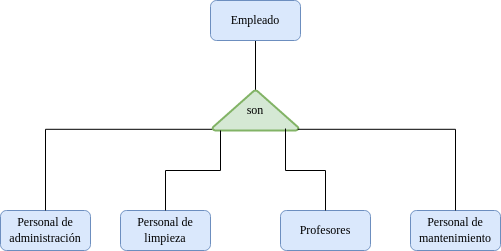
Above: Unidad-1/Tareas./Tarea-8 (diagramas)/Sistema Empresa Tecnológica.drawio.png in mdiogc/base-datos (draw.io), before the change. Source tidied: cells renumbered, new cells last; positions are measured from the earlier drawing's top-left corner, leaving out a move shared by most shapes.
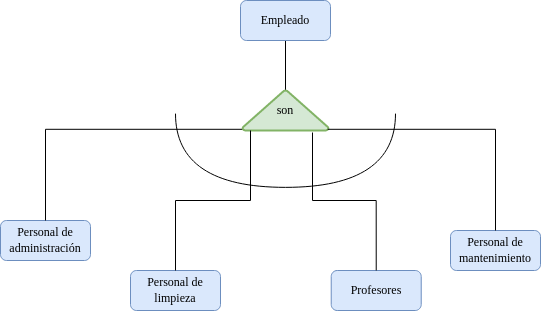
Later version of the same file.

Diff of the diagram source:
```diff
@@ -9,16 +9,16 @@
       <mxGeometry x="210" width="90" height="40" as="geometry" />
     </mxCell>
     <mxCell id="4" value="&lt;font face=&quot;Times New Roman&quot;&gt;Profesores&lt;/font&gt;" style="rounded=1;whiteSpace=wrap;html=1;fillColor=#dae8fc;strokeColor=#6c8ebf;" parent="1" vertex="1">
-      <mxGeometry x="280" y="210" width="90" height="40" as="geometry" />
+      <mxGeometry x="300.7" y="270" width="90" height="40" as="geometry" />
     </mxCell>
     <mxCell id="5" value="&lt;font face=&quot;Times New Roman&quot;&gt;Personal de administración&lt;br&gt;&lt;/font&gt;" style="rounded=1;whiteSpace=wrap;html=1;fillColor=#dae8fc;strokeColor=#6c8ebf;" parent="1" vertex="1">
-      <mxGeometry y="210" width="90" height="40" as="geometry" />
+      <mxGeometry x="-30" y="220" width="90" height="40" as="geometry" />
     </mxCell>
     <mxCell id="6" value="&lt;font face=&quot;Times New Roman&quot;&gt;Personal de limpieza&lt;br&gt;&lt;/font&gt;" style="rounded=1;whiteSpace=wrap;html=1;fillColor=#dae8fc;strokeColor=#6c8ebf;" parent="1" vertex="1">
-      <mxGeometry x="120" y="210" width="90" height="40" as="geometry" />
+      <mxGeometry x="100" y="270" width="90" height="40" as="geometry" />
     </mxCell>
     <mxCell id="7" value="&lt;font face=&quot;Times New Roman&quot;&gt;Personal de mantenimiento&lt;br&gt;&lt;/font&gt;" style="rounded=1;whiteSpace=wrap;html=1;fillColor=#dae8fc;strokeColor=#6c8ebf;" parent="1" vertex="1">
-      <mxGeometry x="410" y="210" width="90" height="40" as="geometry" />
+      <mxGeometry x="420" y="230" width="90" height="40" as="geometry" />
     </mxCell>
     <mxCell id="8" style="edgeStyle=orthogonalEdgeStyle;rounded=0;jettySize=auto;html=1;exitX=0.01;exitY=0.97;exitDx=0;exitDy=0;exitPerimeter=0;entryX=0.5;entryY=0;entryDx=0;entryDy=0;endArrow=none;endFill=0;" parent="1" edge="1" source="9" target="5">
       <mxGeometry relative="1" as="geometry" />
@@ -29,11 +29,14 @@
     <mxCell id="10" style="edgeStyle=orthogonalEdgeStyle;rounded=0;jettySize=auto;html=1;exitX=0.5;exitY=0;exitDx=0;exitDy=0;entryX=0.093;entryY=1;entryDx=0;entryDy=0;entryPerimeter=0;endArrow=none;endFill=0;" parent="1" edge="1" source="6" target="9">
       <mxGeometry relative="1" as="geometry" />
     </mxCell>
+    <mxCell id="12" style="edgeStyle=orthogonalEdgeStyle;rounded=0;jettySize=auto;html=1;exitX=0.5;exitY=0;exitDx=0;exitDy=0;entryX=0.99;entryY=0.97;entryDx=0;entryDy=0;entryPerimeter=0;endArrow=none;endFill=0;" parent="1" edge="1" source="7" target="9">
+      <mxGeometry relative="1" as="geometry" />
+    </mxCell>
+    <mxCell id="13" style="shape=requiredInterface;html=1;verticalLabelPosition=bottom;sketch=0;rotation=90;" parent="1" vertex="1">
+      <mxGeometry x="218.1" y="40" width="73.7" height="220" as="geometry" />
+    </mxCell>
-    <mxCell id="11" style="edgeStyle=orthogonalEdgeStyle;rounded=0;jettySize=auto;html=1;exitX=0.5;exitY=0;exitDx=0;exitDy=0;entryX=0.849;entryY=0.95;entryDx=0;entryDy=0;entryPerimeter=0;endArrow=none;endFill=0;" parent="1" edge="1" source="4" target="9">
+    <mxCell id="11" style="edgeStyle=orthogonalEdgeStyle;rounded=0;jettySize=auto;html=1;exitX=0.5;exitY=0;exitDx=0;exitDy=0;entryX=0.814;entryY=1.05;entryDx=0;entryDy=0;entryPerimeter=0;endArrow=none;endFill=0;" parent="1" edge="1" source="4" target="9">
       <mxGeometry relative="1" as="geometry" />
     </mxCell>
-    <mxCell id="12" style="edgeStyle=orthogonalEdgeStyle;rounded=0;jettySize=auto;html=1;exitX=0.5;exitY=0;exitDx=0;exitDy=0;entryX=0.99;entryY=0.97;entryDx=0;entryDy=0;entryPerimeter=0;endArrow=none;endFill=0;" parent="1" edge="1" source="7" target="9">
-      <mxGeometry relative="1" as="geometry" />
-    </mxCell>
   </root>
 </mxGraphModel>
```
